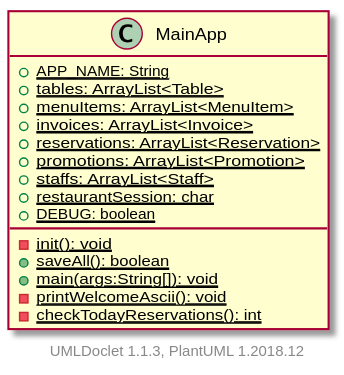
itachi1706/How-to-use-Git-NTUSCSE1819-Site keeps this PlantUML diagram as projects/oodp/html/umlversion/uml/sg.edu.ntu.scse.cz2002.MainApp.svg. Above is the earlier version.
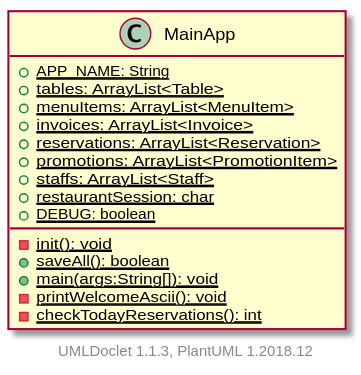
After the commit.

Change to the diagram source:
```diff
@@ -6,7 +6,7 @@
         {static} +menuItems: ArrayList<MenuItem>
         {static} +invoices: ArrayList<Invoice>
         {static} +reservations: ArrayList<Reservation>
-        {static} +promotions: ArrayList<Promotion>
+        {static} +promotions: ArrayList<PromotionItem>
         {static} +staffs: ArrayList<Staff>
         {static} +restaurantSession: char
         {static} +DEBUG: boolean
```
